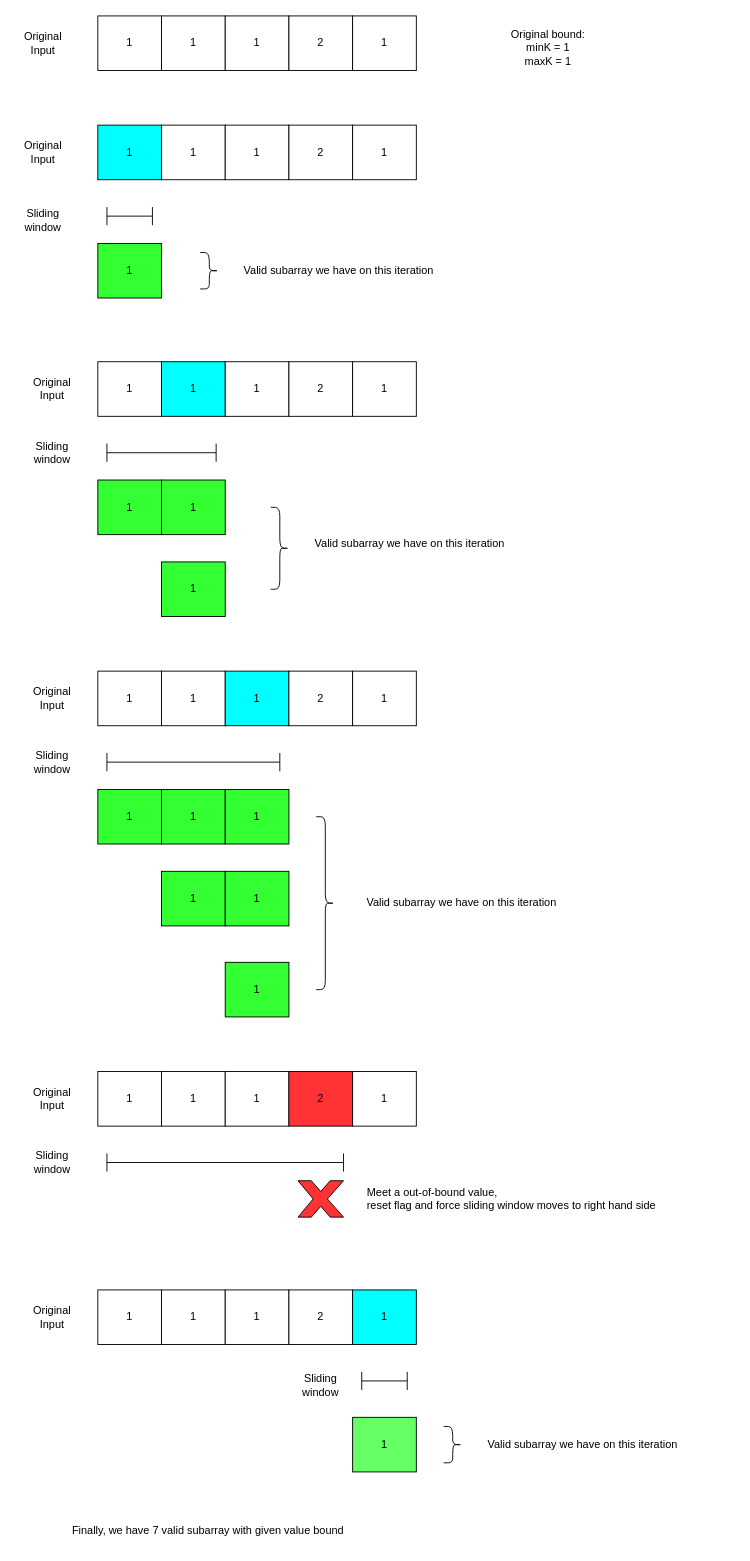
Earlier version of the draw.io diagram CountSubArrayFixBound.drawio (brianchiang-tw/leetcode). Source tidied: cells renumbered, new cells numbered last; positions are measured from the earlier drawing's top-left corner, leaving out a move shared by most shapes. Both pictures are drawn from the tidied source at 91%, with x=0, y=0 at pixel (15, 15).
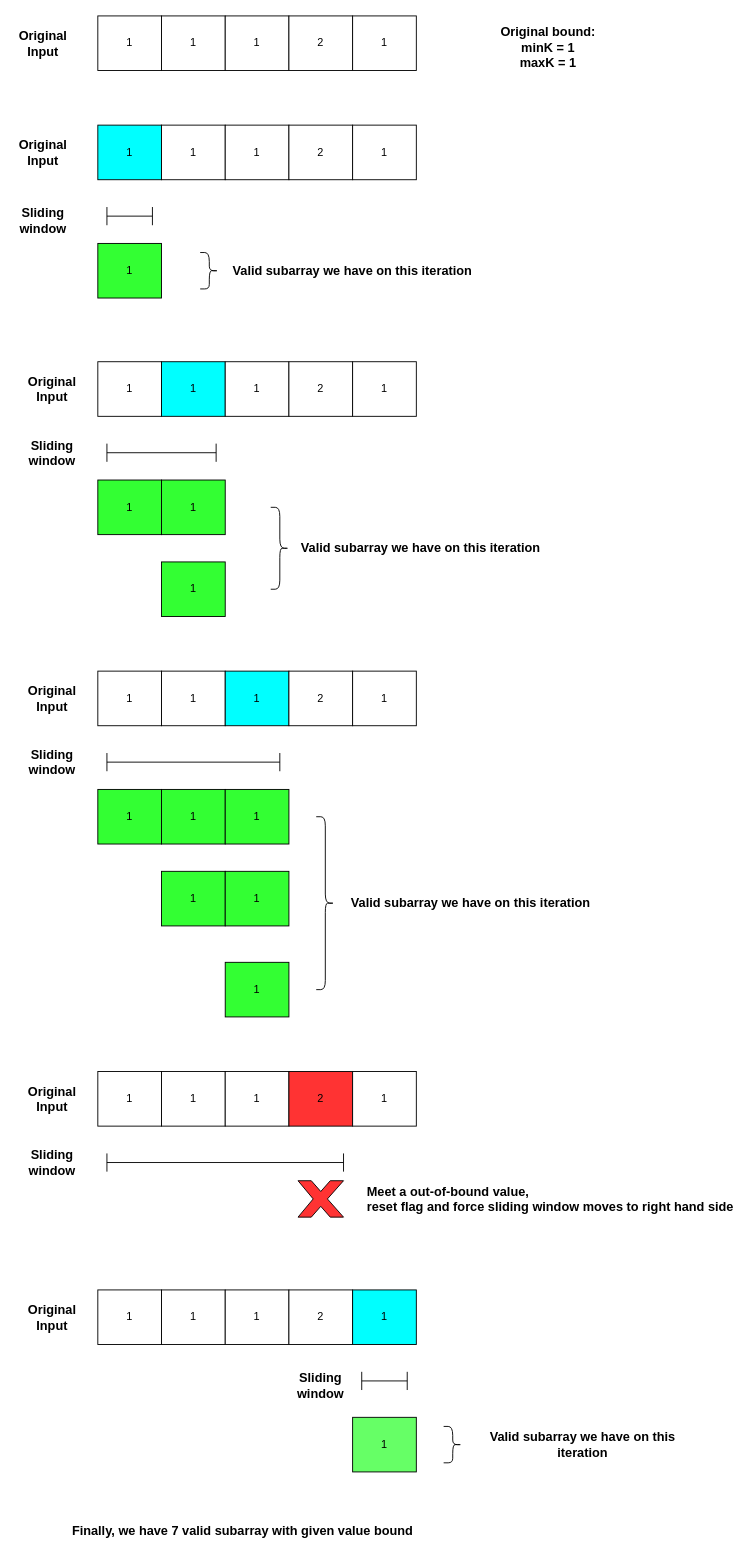
Above is the later version.

What changed in the source:
```diff
@@
-    <mxCell id="49" value="Original Input" style="text;html=1;strokeColor=none;fillColor=none;align=center;verticalAlign=middle;whiteSpace=wrap;rounded=0;" parent="1" vertex="1">
+    <mxCell id="49" value="&lt;font style=&quot;font-size: 14px;&quot;&gt;&lt;b&gt;Original Input&lt;/b&gt;&lt;/font&gt;" style="text;html=1;strokeColor=none;fillColor=none;align=center;verticalAlign=middle;whiteSpace=wrap;rounded=0;" parent="1" vertex="1">
       <mxGeometry y="15" width="60" height="30" as="geometry" />
     </mxCell>
-    <mxCell id="50" value="Original Input" style="text;html=1;strokeColor=none;fillColor=none;align=center;verticalAlign=middle;whiteSpace=wrap;rounded=0;" parent="1" vertex="1">
+    <mxCell id="50" value="&lt;b&gt;&lt;font style=&quot;font-size: 14px;&quot;&gt;Original Input&lt;/font&gt;&lt;/b&gt;" style="text;html=1;strokeColor=none;fillColor=none;align=center;verticalAlign=middle;whiteSpace=wrap;rounded=0;" parent="1" vertex="1">
       <mxGeometry y="135" width="60" height="30" as="geometry" />
     </mxCell>
-    <mxCell id="51" value="Original Input" style="text;html=1;strokeColor=none;fillColor=none;align=center;verticalAlign=middle;whiteSpace=wrap;rounded=0;" parent="1" vertex="1">
+    <mxCell id="51" value="&lt;b&gt;&lt;font style=&quot;font-size: 14px;&quot;&gt;Original Input&lt;/font&gt;&lt;/b&gt;" style="text;html=1;strokeColor=none;fillColor=none;align=center;verticalAlign=middle;whiteSpace=wrap;rounded=0;" parent="1" vertex="1">
       <mxGeometry x="10" y="395" width="60" height="30" as="geometry" />
     </mxCell>
-    <mxCell id="52" value="Original Input" style="text;html=1;strokeColor=none;fillColor=none;align=center;verticalAlign=middle;whiteSpace=wrap;rounded=0;" parent="1" vertex="1">
+    <mxCell id="52" value="&lt;b&gt;&lt;font style=&quot;font-size: 14px;&quot;&gt;Original Input&lt;/font&gt;&lt;/b&gt;" style="text;html=1;strokeColor=none;fillColor=none;align=center;verticalAlign=middle;whiteSpace=wrap;rounded=0;" parent="1" vertex="1">
       <mxGeometry x="10" y="735" width="60" height="30" as="geometry" />
     </mxCell>
-    <mxCell id="53" value="Original Input" style="text;html=1;strokeColor=none;fillColor=none;align=center;verticalAlign=middle;whiteSpace=wrap;rounded=0;" parent="1" vertex="1">
+    <mxCell id="53" value="&lt;b&gt;&lt;font style=&quot;font-size: 14px;&quot;&gt;Original Input&lt;/font&gt;&lt;/b&gt;" style="text;html=1;strokeColor=none;fillColor=none;align=center;verticalAlign=middle;whiteSpace=wrap;rounded=0;" parent="1" vertex="1">
       <mxGeometry x="10" y="1175" width="60" height="30" as="geometry" />
     </mxCell>
-    <mxCell id="54" value="Original Input" style="text;html=1;strokeColor=none;fillColor=none;align=center;verticalAlign=middle;whiteSpace=wrap;rounded=0;" parent="1" vertex="1">
+    <mxCell id="54" value="&lt;b&gt;&lt;font style=&quot;font-size: 14px;&quot;&gt;Original Input&lt;/font&gt;&lt;/b&gt;" style="text;html=1;strokeColor=none;fillColor=none;align=center;verticalAlign=middle;whiteSpace=wrap;rounded=0;" parent="1" vertex="1">
       <mxGeometry x="10" y="1415" width="60" height="30" as="geometry" />
     </mxCell>
-    <mxCell id="55" value="Sliding window" style="text;html=1;strokeColor=none;fillColor=none;align=center;verticalAlign=middle;whiteSpace=wrap;rounded=0;" parent="1" vertex="1">
+    <mxCell id="55" value="&lt;font style=&quot;font-size: 14px;&quot;&gt;&lt;b&gt;Sliding window&lt;/b&gt;&lt;/font&gt;" style="text;html=1;strokeColor=none;fillColor=none;align=center;verticalAlign=middle;whiteSpace=wrap;rounded=0;" parent="1" vertex="1">
       <mxGeometry y="210" width="60" height="30" as="geometry" />
     </mxCell>
-    <mxCell id="56" value="Sliding window" style="text;html=1;strokeColor=none;fillColor=none;align=center;verticalAlign=middle;whiteSpace=wrap;rounded=0;" parent="1" vertex="1">
+    <mxCell id="56" value="&lt;b&gt;&lt;font style=&quot;font-size: 14px;&quot;&gt;Sliding window&lt;/font&gt;&lt;/b&gt;" style="text;html=1;strokeColor=none;fillColor=none;align=center;verticalAlign=middle;whiteSpace=wrap;rounded=0;" parent="1" vertex="1">
       <mxGeometry x="10" y="465" width="60" height="30" as="geometry" />
     </mxCell>
-    <mxCell id="57" value="Sliding window" style="text;html=1;strokeColor=none;fillColor=none;align=center;verticalAlign=middle;whiteSpace=wrap;rounded=0;" parent="1" vertex="1">
+    <mxCell id="57" value="&lt;b&gt;&lt;font style=&quot;font-size: 14px;&quot;&gt;Sliding window&lt;/font&gt;&lt;/b&gt;" style="text;html=1;strokeColor=none;fillColor=none;align=center;verticalAlign=middle;whiteSpace=wrap;rounded=0;" parent="1" vertex="1">
       <mxGeometry x="10" y="805" width="60" height="30" as="geometry" />
     </mxCell>
-    <mxCell id="58" value="Sliding window" style="text;html=1;strokeColor=none;fillColor=none;align=center;verticalAlign=middle;whiteSpace=wrap;rounded=0;" parent="1" vertex="1">
+    <mxCell id="58" value="&lt;b&gt;&lt;font style=&quot;font-size: 14px;&quot;&gt;Sliding window&lt;/font&gt;&lt;/b&gt;" style="text;html=1;strokeColor=none;fillColor=none;align=center;verticalAlign=middle;whiteSpace=wrap;rounded=0;" parent="1" vertex="1">
       <mxGeometry x="10" y="1245" width="60" height="30" as="geometry" />
     </mxCell>
-    <mxCell id="59" value="Sliding window" style="text;html=1;strokeColor=none;fillColor=none;align=center;verticalAlign=middle;whiteSpace=wrap;rounded=0;" parent="1" vertex="1">
+    <mxCell id="59" value="&lt;b&gt;&lt;font style=&quot;font-size: 14px;&quot;&gt;Sliding window&lt;/font&gt;&lt;/b&gt;" style="text;html=1;strokeColor=none;fillColor=none;align=center;verticalAlign=middle;whiteSpace=wrap;rounded=0;" parent="1" vertex="1">
       <mxGeometry x="305" y="1490" width="60" height="30" as="geometry" />
     </mxCell>
-    <mxCell id="60" value="Meet a out-of-bound value, &lt;br&gt;reset flag and force sliding window moves to right hand side" style="text;html=1;strokeColor=none;fillColor=none;align=left;verticalAlign=middle;whiteSpace=wrap;rounded=0;" parent="1" vertex="1">
-      <mxGeometry x="384" y="1285" width="336" height="30" as="geometry" />
+    <mxCell id="60" value="&lt;b&gt;&lt;font style=&quot;font-size: 14px;&quot;&gt;Meet a out-of-bound value, &lt;br&gt;reset flag and force sliding window moves to right hand side&lt;/font&gt;&lt;/b&gt;" style="text;html=1;strokeColor=none;fillColor=none;align=left;verticalAlign=middle;whiteSpace=wrap;rounded=0;" parent="1" vertex="1">
+      <mxGeometry x="384" y="1285" width="406" height="30" as="geometry" />
     </mxCell>
-    <mxCell id="61" value="Finally, we have 7 valid subarray with given value bound" style="text;html=1;strokeColor=none;fillColor=none;align=left;verticalAlign=middle;whiteSpace=wrap;rounded=0;" parent="1" vertex="1">
-      <mxGeometry x="60" y="1650" width="305" height="30" as="geometry" />
+    <mxCell id="61" value="&lt;b&gt;&lt;font style=&quot;font-size: 14px;&quot;&gt;Finally, we have 7 valid subarray with given value bound&lt;/font&gt;&lt;/b&gt;" style="text;html=1;strokeColor=none;fillColor=none;align=left;verticalAlign=middle;whiteSpace=wrap;rounded=0;" parent="1" vertex="1">
+      <mxGeometry x="60" y="1650" width="410" height="30" as="geometry" />
     </mxCell>
-    <mxCell id="62" value="Original bound:&lt;br&gt;minK = 1&lt;br&gt;maxK = 1" style="text;html=1;strokeColor=none;fillColor=none;align=center;verticalAlign=middle;whiteSpace=wrap;rounded=0;" parent="1" vertex="1">
+    <mxCell id="62" value="&lt;font style=&quot;font-size: 14px;&quot;&gt;&lt;b&gt;Original bound:&lt;br&gt;minK = 1&lt;br&gt;maxK = 1&lt;/b&gt;&lt;/font&gt;" style="text;html=1;strokeColor=none;fillColor=none;align=center;verticalAlign=middle;whiteSpace=wrap;rounded=0;" parent="1" vertex="1">
       <mxGeometry x="450" y="20" width="270" height="30" as="geometry" />
     </mxCell>
@@
-    <mxCell id="64" value="Valid subarray we have on this iteration" style="text;html=1;strokeColor=none;fillColor=none;align=center;verticalAlign=middle;whiteSpace=wrap;rounded=0;" parent="1" vertex="1">
-      <mxGeometry x="230" y="265" width="250" height="30" as="geometry" />
+    <mxCell id="64" value="&lt;font style=&quot;font-size: 14px;&quot;&gt;&lt;b&gt;Valid subarray we have on this iteration&lt;/b&gt;&lt;/font&gt;" style="text;html=1;strokeColor=none;fillColor=none;align=center;verticalAlign=middle;whiteSpace=wrap;rounded=0;" parent="1" vertex="1">
+      <mxGeometry x="230" y="265" width="280" height="30" as="geometry" />
     </mxCell>
@@
-    <mxCell id="66" value="Valid subarray we have on this iteration" style="text;html=1;strokeColor=none;fillColor=none;align=center;verticalAlign=middle;whiteSpace=wrap;rounded=0;" parent="1" vertex="1">
-      <mxGeometry x="307.5" y="565" width="250" height="30" as="geometry" />
-    </mxCell>
@@
-    <mxCell id="68" value="Valid subarray we have on this iteration" style="text;html=1;strokeColor=none;fillColor=none;align=center;verticalAlign=middle;whiteSpace=wrap;rounded=0;" parent="1" vertex="1">
-      <mxGeometry x="365" y="960" width="250" height="30" as="geometry" />
-    </mxCell>
@@
-    <mxCell id="70" value="Valid subarray we have on this iteration" style="text;html=1;strokeColor=none;fillColor=none;align=center;verticalAlign=middle;whiteSpace=wrap;rounded=0;" parent="1" vertex="1">
+    <mxCell id="70" value="&lt;b&gt;&lt;font style=&quot;font-size: 14px;&quot;&gt;Valid subarray we have on this iteration&lt;/font&gt;&lt;/b&gt;" style="text;html=1;strokeColor=none;fillColor=none;align=center;verticalAlign=middle;whiteSpace=wrap;rounded=0;" parent="1" vertex="1">
       <mxGeometry x="497.5" y="1555" width="250" height="30" as="geometry" />
     </mxCell>
+    <mxCell id="71" value="&lt;font style=&quot;font-size: 14px;&quot;&gt;&lt;b&gt;Valid subarray we have on this iteration&lt;/b&gt;&lt;/font&gt;" style="text;html=1;strokeColor=none;fillColor=none;align=center;verticalAlign=middle;whiteSpace=wrap;rounded=0;" parent="1" vertex="1">
+      <mxGeometry x="305" y="570" width="280" height="30" as="geometry" />
+    </mxCell>
+    <mxCell id="72" value="&lt;font style=&quot;font-size: 14px;&quot;&gt;&lt;b&gt;Valid subarray we have on this iteration&lt;/b&gt;&lt;/font&gt;" style="text;html=1;strokeColor=none;fillColor=none;align=center;verticalAlign=middle;whiteSpace=wrap;rounded=0;" parent="1" vertex="1">
+      <mxGeometry x="360" y="960" width="280" height="30" as="geometry" />
+    </mxCell>
```
